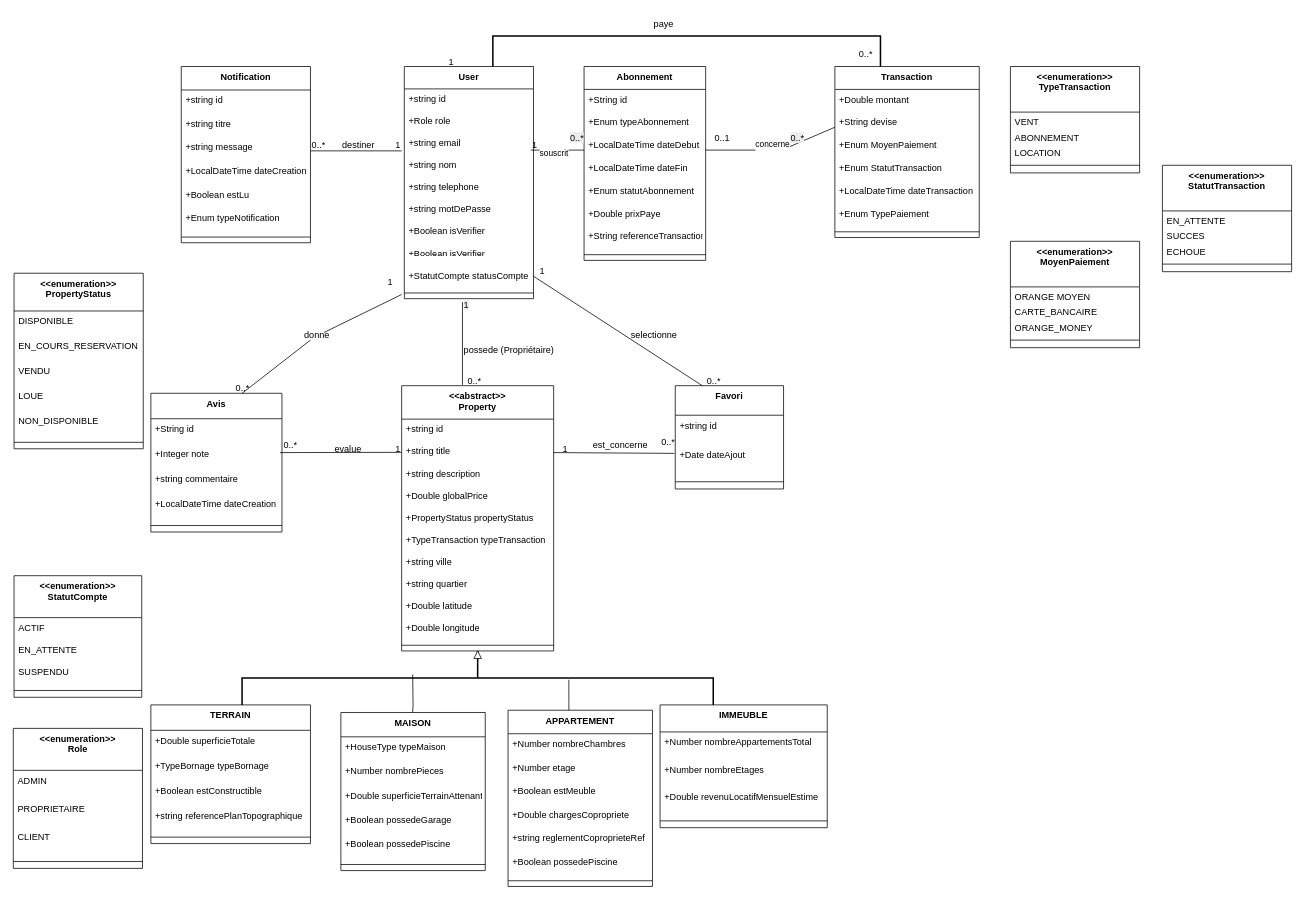
This is ISM Diagramme de classe.drawio from ImmoSurMaliOrganisation/ImmoSurMali_Diagrammes, a draw.io file, before an edit. Source tidied: cells renumbered, new cells numbered last; positions are measured from the earlier drawing's top-left corner, leaving out a move shared by most shapes. Both pictures are drawn from the tidied source at 76%, with x=0, y=0 at pixel (13, 13).
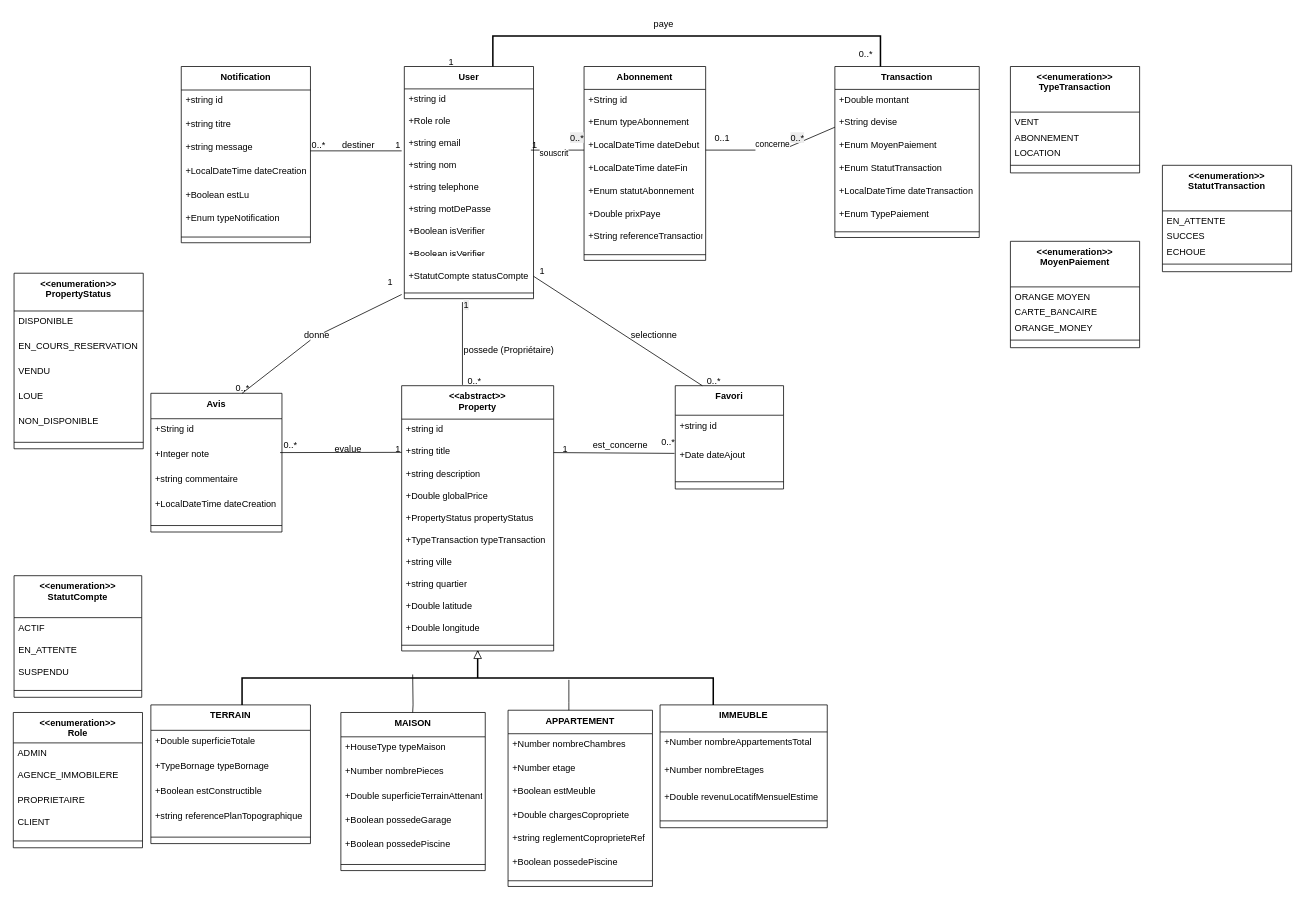
Above is the later version.

Commit message:
ADD ROLE AGENCE IMMOBILERE.drawio

Change to the diagram source:
```diff
@@
-    <mxCell id="143" value="&lt;&lt;enumeration&gt;&gt;&#10;Role" style="swimlane;fontStyle=1;align=center;verticalAlign=top;horizontal=1;startSize=55.199999999999996;" parent="1" vertex="1">
-      <mxGeometry y="940.9" width="170" height="184.2" as="geometry" />
+    <mxCell id="143" value="&lt;&lt;enumeration&gt;&gt;&#10;Role" style="swimlane;fontStyle=1;align=center;verticalAlign=top;horizontal=1;startSize=40;" parent="1" vertex="1">
+      <mxGeometry y="920" width="170" height="178" as="geometry" />
     </mxCell>
     <mxCell id="144" value="ADMIN" style="text;strokeColor=none;fillColor=none;align=left;verticalAlign=top;spacingLeft=4;spacingRight=4;overflow=hidden;" parent="143" vertex="1">
-      <mxGeometry y="55.2" width="170" height="37" as="geometry" />
+      <mxGeometry y="40" width="170" height="29" as="geometry" />
     </mxCell>
+    <mxCell id="158" value="AGENCE_IMMOBILERE" style="text;strokeColor=none;fillColor=none;align=left;verticalAlign=top;spacingLeft=4;spacingRight=4;overflow=hidden;" parent="143" vertex="1">
+      <mxGeometry y="69" width="170" height="33" as="geometry" />
+    </mxCell>
     <mxCell id="145" value="PROPRIETAIRE" style="text;strokeColor=none;fillColor=none;align=left;verticalAlign=top;spacingLeft=4;spacingRight=4;overflow=hidden;" parent="143" vertex="1">
-      <mxGeometry y="92.2" width="170" height="37" as="geometry" />
+      <mxGeometry y="102" width="170" height="29" as="geometry" />
     </mxCell>
     <mxCell id="146" value="CLIENT" style="text;strokeColor=none;fillColor=none;align=left;verticalAlign=top;spacingLeft=4;spacingRight=4;overflow=hidden;" parent="143" vertex="1">
-      <mxGeometry y="129.2" width="170" height="37" as="geometry" />
+      <mxGeometry y="131" width="170" height="29" as="geometry" />
     </mxCell>
     <mxCell id="147" style="line;strokeWidth=1;fillColor=none;align=left;verticalAlign=middle;spacingTop=-1;spacingLeft=3;spacingRight=3;labelPosition=right;strokeColor=inherit;" parent="143" vertex="1">
-      <mxGeometry y="166.2" width="170" height="18" as="geometry" />
+      <mxGeometry y="160" width="170" height="18" as="geometry" />
     </mxCell>
```
